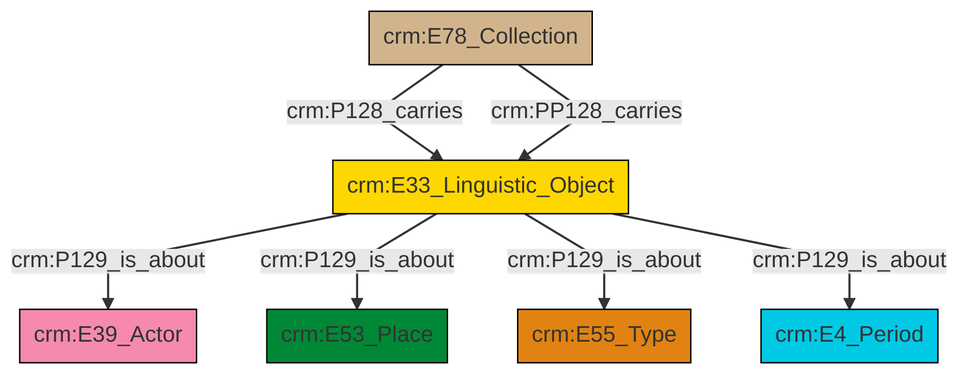
This is et/archivalCSV/ttl/mmd/png/archival_aboutness.png from swiss-art-research-net/docs.swissartresearch, a Mermaid export, as it was before one commit. Its source is kept beside it as et/archivalCSV/ttl/mmd/archival_aboutness.ttl.mmd.
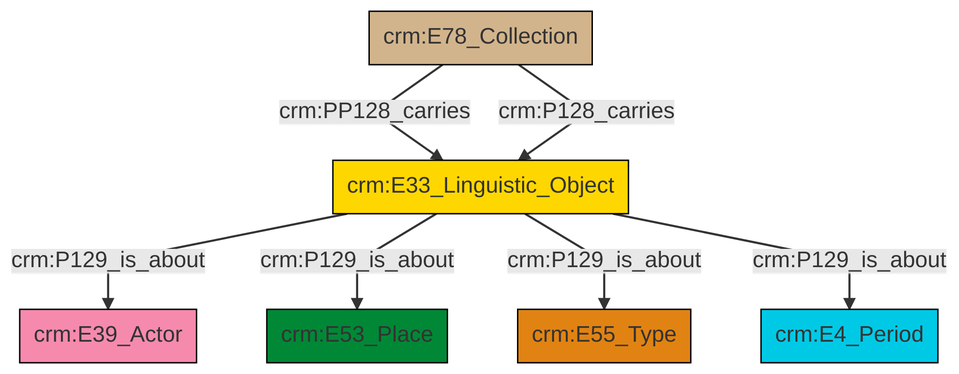
Later version of the same file.

Change to the diagram source:
```diff
@@ -13,9 +13,9 @@
 classDef PC_Classes fill:#4ce600, stroke:#000000;
 classDef Multi fill:#cccccc,stroke:#000000;
 
-0["crm:E33_Linguistic_Object"]:::Conceptual_Object -->|crm:P129_is_about| 2["crm:E39_Actor"]:::Actor
-0["crm:E33_Linguistic_Object"]:::Conceptual_Object -->|crm:P129_is_about| 3["crm:E53_Place"]:::Place
-0["crm:E33_Linguistic_Object"]:::Conceptual_Object -->|crm:P129_is_about| 4["crm:E55_Type"]:::Type
-6["crm:E78_Collection"]:::Physical_Thing -->|crm:P128_carries| 0["crm:E33_Linguistic_Object"]:::Conceptual_Object
-6["crm:E78_Collection"]:::Physical_Thing -->|crm:PP128_carries| 0["crm:E33_Linguistic_Object"]:::Conceptual_Object
-0["crm:E33_Linguistic_Object"]:::Conceptual_Object -->|crm:P129_is_about| 8["crm:E4_Period"]:::Temporal_Entity
+0["crm:E78_Collection"]:::Physical_Thing -->|crm:PP128_carries| 1["crm:E33_Linguistic_Object"]:::Conceptual_Object
+1["crm:E33_Linguistic_Object"]:::Conceptual_Object -->|crm:P129_is_about| 6["crm:E39_Actor"]:::Actor
+1["crm:E33_Linguistic_Object"]:::Conceptual_Object -->|crm:P129_is_about| 7["crm:E53_Place"]:::Place
+1["crm:E33_Linguistic_Object"]:::Conceptual_Object -->|crm:P129_is_about| 2["crm:E55_Type"]:::Type
+0["crm:E78_Collection"]:::Physical_Thing -->|crm:P128_carries| 1["crm:E33_Linguistic_Object"]:::Conceptual_Object
+1["crm:E33_Linguistic_Object"]:::Conceptual_Object -->|crm:P129_is_about| 10["crm:E4_Period"]:::Temporal_Entity
```
